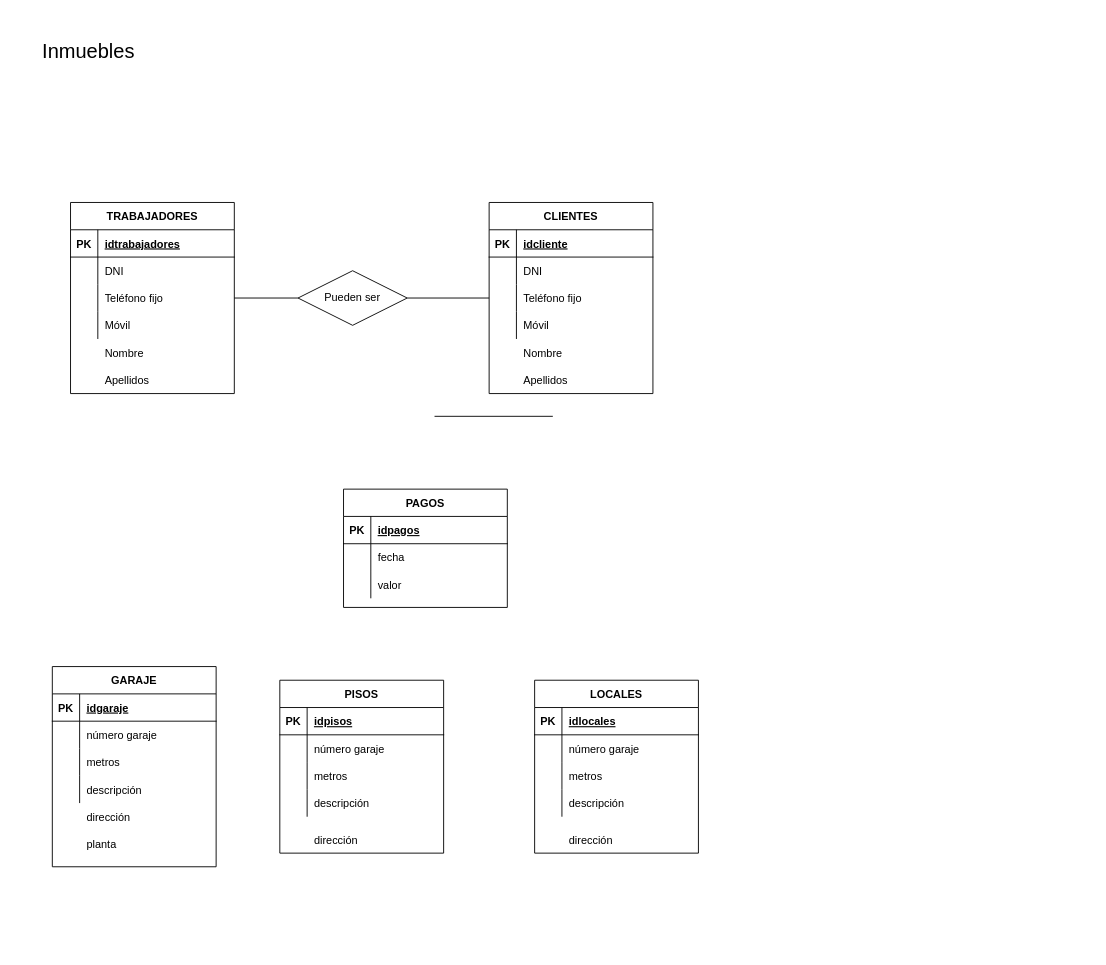
Earlier version of the draw.io diagram page "Inmuebles" (15 of 15) of Ejercicio3.drawio.xml (IzanDuesoLopez/TA12-Diagramas-ER). Source tidied: cells renumbered, new cells numbered last; positions are measured from the earlier drawing's top-left corner, leaving out a move shared by most shapes. Both pictures are drawn from the tidied source at 91%, with x=0, y=0 at pixel (15, 15).
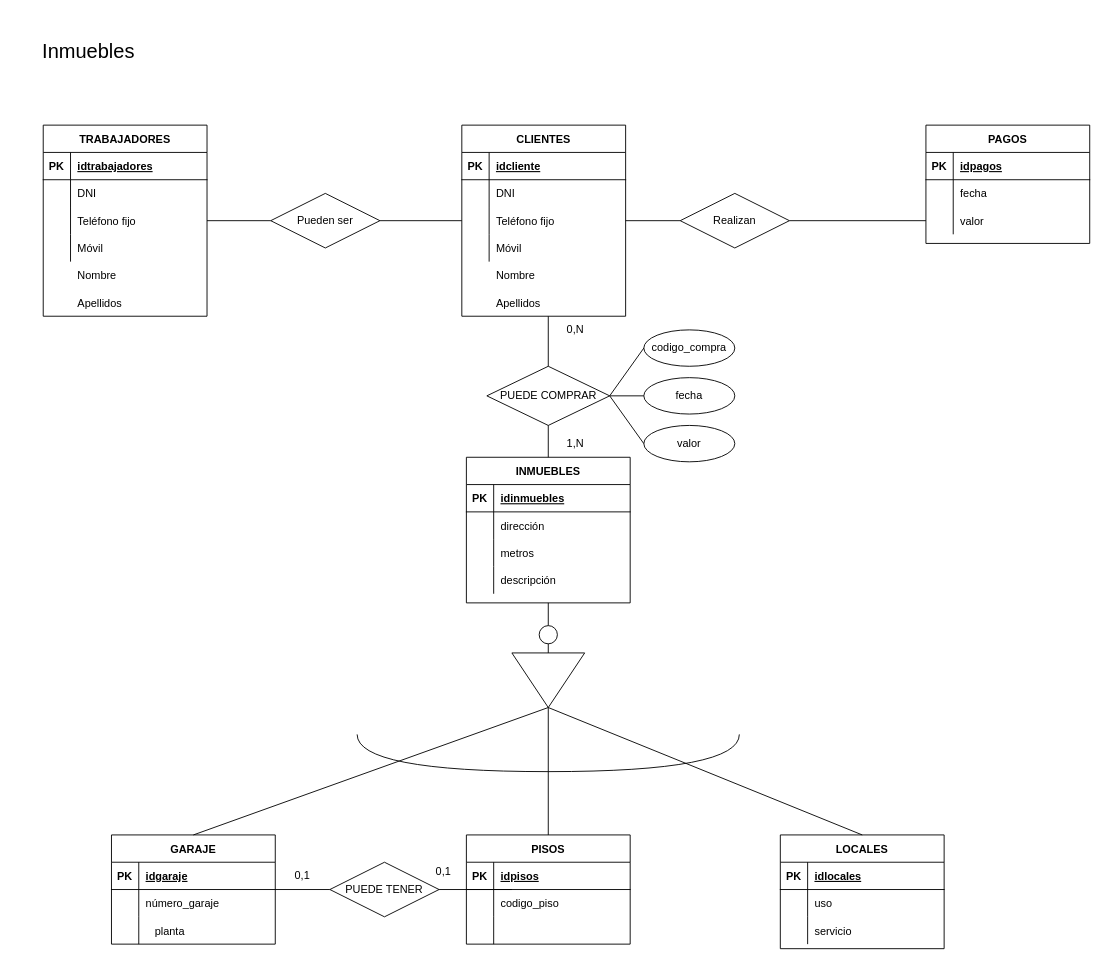
After the change.

The change refers to these unchanged cells:
```xml
<mxCell id="10" style="shape=tableRow;horizontal=0;startSize=0;swimlaneHead=0;swimlaneBody=0;fillColor=none;points=[[0,0.5],[1,0.5]];portConstraint=eastwest;top=0;left=0;right=0;bottom=0;" parent="3" vertex="1">
  <mxGeometry y="90" width="180" height="30" as="geometry" />
</mxCell>
<mxCell id="16" style="shape=tableRow;horizontal=0;startSize=0;swimlaneHead=0;swimlaneBody=0;fillColor=none;top=0;left=0;right=0;bottom=0;" parent="1" vertex="1">
  <mxGeometry x="60" y="355" width="180" height="30" as="geometry" />
</mxCell>
<mxCell id="27" style="shape=tableRow;horizontal=0;startSize=0;swimlaneHead=0;swimlaneBody=0;fillColor=none;points=[[0,0.5],[1,0.5]];portConstraint=eastwest;top=0;left=0;right=0;bottom=0;" parent="20" vertex="1">
  <mxGeometry y="90" width="180" height="30" as="geometry" />
</mxCell>
<mxCell id="42" style="shape=tableRow;horizontal=0;startSize=0;swimlaneHead=0;swimlaneBody=0;fillColor=none;top=0;left=0;right=0;bottom=0;" parent="38" vertex="1">
  <mxGeometry y="60" width="180" height="30" as="geometry" />
</mxCell>
<mxCell id="45" style="shape=tableRow;horizontal=0;startSize=0;swimlaneHead=0;swimlaneBody=0;fillColor=none;top=0;left=0;right=0;bottom=0;" parent="38" vertex="1">
  <mxGeometry y="90" width="180" height="30" as="geometry" />
</mxCell>
<mxCell id="59" style="shape=tableRow;horizontal=0;startSize=0;swimlaneHead=0;swimlaneBody=0;fillColor=none;top=0;left=0;right=0;bottom=0;" parent="55" vertex="1">
  <mxGeometry y="60" width="180" height="30" as="geometry" />
</mxCell>
<mxCell id="62" style="shape=tableRow;horizontal=0;startSize=0;swimlaneHead=0;swimlaneBody=0;fillColor=none;top=0;left=0;right=0;bottom=0;" parent="55" vertex="1">
  <mxGeometry y="90" width="180" height="30" as="geometry" />
</mxCell>
<mxCell id="72" style="shape=tableRow;horizontal=0;startSize=0;swimlaneHead=0;swimlaneBody=0;fillColor=none;top=0;left=0;right=0;bottom=0;" parent="68" vertex="1">
  <mxGeometry y="60" width="180" height="30" as="geometry" />
</mxCell>
<mxCell id="75" style="shape=tableRow;horizontal=0;startSize=0;swimlaneHead=0;swimlaneBody=0;fillColor=none;top=0;left=0;right=0;bottom=0;" parent="68" vertex="1">
  <mxGeometry y="90" width="180" height="30" as="geometry" />
</mxCell>
<mxCell id="91" style="shape=tableRow;horizontal=0;startSize=0;swimlaneHead=0;swimlaneBody=0;fillColor=none;points=[[0,0.5],[1,0.5]];portConstraint=eastwest;top=0;left=0;right=0;bottom=0;" parent="84" vertex="1">
  <mxGeometry y="90" width="180" height="30" as="geometry" />
</mxCell>
```

The edit, as a diff of the source:
```diff
@@
     <mxCell id="3" value="TRABAJADORES" style="shape=table;startSize=30;childLayout=tableLayout;rowLines=0;fontStyle=1;align=center;" parent="1" vertex="1">
-      <mxGeometry x="60" y="205" width="180" height="210" as="geometry" />
+      <mxGeometry x="30" y="120" width="180" height="210" as="geometry" />
     </mxCell>
@@
     <mxCell id="17" style="shape=partialRectangle;fillColor=none;top=0;left=0;bottom=0;right=0;overflow=hidden;" parent="16" vertex="1">
-      <mxGeometry width="30" height="30" as="geometry" />
+      <mxGeometry x="-30" y="-85" width="30" height="30" as="geometry" />
     </mxCell>
-    <mxCell id="18" value="Nombre " style="shape=partialRectangle;fillColor=none;top=0;left=0;bottom=0;right=0;align=left;spacingLeft=6;overflow=hidden;" parent="16" vertex="1">
-      <mxGeometry x="30" width="150" height="30" as="geometry" />
-    </mxCell>
     <mxCell id="19" value="Apellidos" style="shape=partialRectangle;fillColor=none;top=0;left=0;bottom=0;right=0;align=left;spacingLeft=6;overflow=hidden;" parent="1" vertex="1">
-      <mxGeometry x="90" y="385" width="150" height="30" as="geometry" />
+      <mxGeometry x="60" y="300" width="150" height="30" as="geometry" />
     </mxCell>
     <mxCell id="20" value="CLIENTES" style="shape=table;startSize=30;childLayout=tableLayout;rowLines=0;fontStyle=1;align=center;" parent="1" vertex="1">
-      <mxGeometry x="520" y="205" width="180" height="210" as="geometry" />
+      <mxGeometry x="490" y="120" width="180" height="210" as="geometry" />
     </mxCell>
@@
     <mxCell id="33" value="Nombre " style="shape=partialRectangle;fillColor=none;top=0;left=0;bottom=0;right=0;align=left;spacingLeft=6;overflow=hidden;" parent="1" vertex="1">
-      <mxGeometry x="550" y="355" width="150" height="30" as="geometry" />
+      <mxGeometry x="520" y="270" width="150" height="30" as="geometry" />
     </mxCell>
     <mxCell id="34" value="Apellidos" style="shape=partialRectangle;fillColor=none;top=0;left=0;bottom=0;right=0;align=left;spacingLeft=6;overflow=hidden;" parent="1" vertex="1">
-      <mxGeometry x="550" y="385" width="150" height="30" as="geometry" />
+      <mxGeometry x="520" y="300" width="150" height="30" as="geometry" />
     </mxCell>
     <mxCell id="35" value="Pueden ser" style="shape=rhombus;perimeter=rhombusPerimeter;whiteSpace=wrap;html=1;align=center;" parent="1" vertex="1">
-      <mxGeometry x="310" y="280" width="120" height="60" as="geometry" />
+      <mxGeometry x="280" y="195" width="120" height="60" as="geometry" />
     </mxCell>
@@
-    <mxCell id="37" style="endArrow=none;html=1;rounded=0;exitX=1;exitY=0.5;exitDx=0;exitDy=0;" parent="1" edge="1" source="10">
+    <mxCell id="37" style="endArrow=none;html=1;rounded=0;exitX=1;exitY=0.5;exitDx=0;exitDy=0;" parent="1" edge="1">
       <mxGeometry relative="1" as="geometry">
-        <mxPoint x="310" y="310" as="targetPoint" />
+        <mxPoint x="210" y="225" as="sourcePoint" />
+        <mxPoint x="280" y="225" as="targetPoint" />
       </mxGeometry>
     </mxCell>
     <mxCell id="38" value="GARAJE" style="shape=table;startSize=30;childLayout=tableLayout;rowLines=0;fontStyle=1;align=center;" parent="1" vertex="1">
-      <mxGeometry x="40" y="715" width="180" height="220" as="geometry" />
+      <mxGeometry x="105" y="900" width="180" height="120" as="geometry" />
     </mxCell>
@@
-    <mxCell id="44" value="número garaje" style="shape=partialRectangle;fillColor=none;top=0;left=0;bottom=0;right=0;align=left;spacingLeft=6;overflow=hidden;" parent="42" vertex="1">
+    <mxCell id="44" value="número_garaje" style="shape=partialRectangle;fillColor=none;top=0;left=0;bottom=0;right=0;align=left;spacingLeft=6;overflow=hidden;" parent="42" vertex="1">
       <mxGeometry x="30" width="150" height="30" as="geometry" />
     </mxCell>
@@
-    <mxCell id="47" value="metros" style="shape=partialRectangle;fillColor=none;top=0;left=0;bottom=0;right=0;align=left;spacingLeft=6;overflow=hidden;" parent="45" vertex="1">
+    <mxCell id="47" style="shape=partialRectangle;fillColor=none;top=0;left=0;bottom=0;right=0;align=left;spacingLeft=6;overflow=hidden;" parent="45" vertex="1">
       <mxGeometry x="30" width="150" height="30" as="geometry" />
     </mxCell>
-    <mxCell id="48" style="shape=tableRow;horizontal=0;startSize=0;swimlaneHead=0;swimlaneBody=0;fillColor=none;top=0;left=0;right=0;bottom=0;" parent="38" vertex="1">
-      <mxGeometry y="120" width="180" height="30" as="geometry" />
-    </mxCell>
-    <mxCell id="49" style="shape=partialRectangle;fillColor=none;top=0;left=0;bottom=0;right=0;overflow=hidden;" parent="48" vertex="1">
-      <mxGeometry width="30" height="30" as="geometry" />
-    </mxCell>
-    <mxCell id="50" value="descripción" style="shape=partialRectangle;fillColor=none;top=0;left=0;bottom=0;right=0;align=left;spacingLeft=6;overflow=hidden;" parent="48" vertex="1">
-      <mxGeometry x="30" width="150" height="30" as="geometry" />
-    </mxCell>
-    <mxCell id="51" style="endArrow=none;html=1;rounded=0;" parent="1" edge="1">
+    <mxCell id="51" style="endArrow=none;html=1;rounded=0;entryX=1;entryY=0.5;entryDx=0;entryDy=0;" parent="1" edge="1" target="27">
       <mxGeometry relative="1" as="geometry">
-        <mxPoint x="460" y="440" as="sourcePoint" />
-        <mxPoint x="590" y="440" as="targetPoint" />
+        <mxPoint x="730" y="225" as="sourcePoint" />
       </mxGeometry>
     </mxCell>
-    <mxCell id="52" style="shape=tableRow;horizontal=0;startSize=0;swimlaneHead=0;swimlaneBody=0;fillColor=none;top=0;left=0;right=0;bottom=0;" parent="1" vertex="1">
-      <mxGeometry x="40" y="865" width="180" height="30" as="geometry" />
-    </mxCell>
-    <mxCell id="53" style="shape=partialRectangle;fillColor=none;top=0;left=0;bottom=0;right=0;overflow=hidden;" parent="52" vertex="1">
-      <mxGeometry width="30" height="30" as="geometry" />
-    </mxCell>
-    <mxCell id="54" value="dirección" style="shape=partialRectangle;fillColor=none;top=0;left=0;bottom=0;right=0;align=left;spacingLeft=6;overflow=hidden;" parent="52" vertex="1">
-      <mxGeometry x="30" width="150" height="30" as="geometry" />
-    </mxCell>
     <mxCell id="55" value="PISOS" style="shape=table;startSize=30;childLayout=tableLayout;rowLines=0;fontStyle=1;align=center;" parent="1" vertex="1">
-      <mxGeometry x="290" y="730" width="180" height="190" as="geometry" />
+      <mxGeometry x="495" y="900" width="180" height="120" as="geometry" />
     </mxCell>
@@
-    <mxCell id="61" value="número garaje" style="shape=partialRectangle;fillColor=none;top=0;left=0;bottom=0;right=0;align=left;spacingLeft=6;overflow=hidden;" parent="59" vertex="1">
+    <mxCell id="61" value="codigo_piso" style="shape=partialRectangle;fillColor=none;top=0;left=0;bottom=0;right=0;align=left;spacingLeft=6;overflow=hidden;" parent="59" vertex="1">
       <mxGeometry x="30" width="150" height="30" as="geometry" />
     </mxCell>
@@
-    <mxCell id="64" value="metros" style="shape=partialRectangle;fillColor=none;top=0;left=0;bottom=0;right=0;align=left;spacingLeft=6;overflow=hidden;" parent="62" vertex="1">
+    <mxCell id="64" style="shape=partialRectangle;fillColor=none;top=0;left=0;bottom=0;right=0;align=left;spacingLeft=6;overflow=hidden;" parent="62" vertex="1">
       <mxGeometry x="30" width="150" height="30" as="geometry" />
     </mxCell>
-    <mxCell id="65" style="shape=tableRow;horizontal=0;startSize=0;swimlaneHead=0;swimlaneBody=0;fillColor=none;top=0;left=0;right=0;bottom=0;" parent="55" vertex="1">
-      <mxGeometry y="120" width="180" height="30" as="geometry" />
-    </mxCell>
-    <mxCell id="66" style="shape=partialRectangle;fillColor=none;top=0;left=0;bottom=0;right=0;overflow=hidden;" parent="65" vertex="1">
-      <mxGeometry width="30" height="30" as="geometry" />
-    </mxCell>
-    <mxCell id="67" value="descripción" style="shape=partialRectangle;fillColor=none;top=0;left=0;bottom=0;right=0;align=left;spacingLeft=6;overflow=hidden;" parent="65" vertex="1">
-      <mxGeometry x="30" width="150" height="30" as="geometry" />
-    </mxCell>
     <mxCell id="68" value="LOCALES" style="shape=table;startSize=30;childLayout=tableLayout;rowLines=0;fontStyle=1;align=center;" parent="1" vertex="1">
-      <mxGeometry x="570" y="730" width="180" height="190" as="geometry" />
+      <mxGeometry x="840" y="900" width="180" height="125" as="geometry" />
     </mxCell>
@@
-    <mxCell id="74" value="número garaje" style="shape=partialRectangle;fillColor=none;top=0;left=0;bottom=0;right=0;align=left;spacingLeft=6;overflow=hidden;" parent="72" vertex="1">
+    <mxCell id="74" value="uso" style="shape=partialRectangle;fillColor=none;top=0;left=0;bottom=0;right=0;align=left;spacingLeft=6;overflow=hidden;" parent="72" vertex="1">
       <mxGeometry x="30" width="150" height="30" as="geometry" />
     </mxCell>
@@
-    <mxCell id="77" value="metros" style="shape=partialRectangle;fillColor=none;top=0;left=0;bottom=0;right=0;align=left;spacingLeft=6;overflow=hidden;" parent="75" vertex="1">
+    <mxCell id="77" value="servicio" style="shape=partialRectangle;fillColor=none;top=0;left=0;bottom=0;right=0;align=left;spacingLeft=6;overflow=hidden;" parent="75" vertex="1">
       <mxGeometry x="30" width="150" height="30" as="geometry" />
     </mxCell>
-    <mxCell id="78" style="shape=tableRow;horizontal=0;startSize=0;swimlaneHead=0;swimlaneBody=0;fillColor=none;top=0;left=0;right=0;bottom=0;" parent="68" vertex="1">
-      <mxGeometry y="120" width="180" height="30" as="geometry" />
-    </mxCell>
-    <mxCell id="79" style="shape=partialRectangle;fillColor=none;top=0;left=0;bottom=0;right=0;overflow=hidden;" parent="78" vertex="1">
-      <mxGeometry width="30" height="30" as="geometry" />
-    </mxCell>
-    <mxCell id="80" value="descripción" style="shape=partialRectangle;fillColor=none;top=0;left=0;bottom=0;right=0;align=left;spacingLeft=6;overflow=hidden;" parent="78" vertex="1">
-      <mxGeometry x="30" width="150" height="30" as="geometry" />
-    </mxCell>
-    <mxCell id="81" value="dirección" style="shape=partialRectangle;fillColor=none;top=0;left=0;bottom=0;right=0;align=left;spacingLeft=6;overflow=hidden;" parent="1" vertex="1">
-      <mxGeometry x="320" y="890" width="150" height="30" as="geometry" />
-    </mxCell>
-    <mxCell id="82" value="dirección" style="shape=partialRectangle;fillColor=none;top=0;left=0;bottom=0;right=0;align=left;spacingLeft=6;overflow=hidden;" parent="1" vertex="1">
-      <mxGeometry x="600" y="890" width="150" height="30" as="geometry" />
-    </mxCell>
     <mxCell id="83" value="planta" style="shape=partialRectangle;fillColor=none;top=0;left=0;bottom=0;right=0;align=left;spacingLeft=6;overflow=hidden;" parent="1" vertex="1">
-      <mxGeometry x="70" y="895" width="150" height="30" as="geometry" />
+      <mxGeometry x="145" y="990" width="150" height="30" as="geometry" />
     </mxCell>
     <mxCell id="84" value="PAGOS" style="shape=table;startSize=30;childLayout=tableLayout;rowLines=0;fontStyle=1;align=center;" parent="1" vertex="1">
-      <mxGeometry x="360" y="520" width="180" height="130" as="geometry" />
+      <mxGeometry x="1000" y="120" width="180" height="130" as="geometry" />
     </mxCell>
@@
+    <mxCell id="94" value="Realizan" style="shape=rhombus;perimeter=rhombusPerimeter;whiteSpace=wrap;html=1;align=center;" parent="1" vertex="1">
+      <mxGeometry x="730" y="195" width="120" height="60" as="geometry" />
+    </mxCell>
+    <mxCell id="95" style="endArrow=none;html=1;rounded=0;entryX=0;entryY=0.5;entryDx=0;entryDy=0;exitX=1;exitY=0.5;exitDx=0;exitDy=0;" parent="1" edge="1" source="94" target="91">
+      <mxGeometry relative="1" as="geometry" />
+    </mxCell>
+    <mxCell id="96" style="triangle;whiteSpace=wrap;html=1;direction=south;" parent="1" vertex="1">
+      <mxGeometry x="545" y="700" width="80" height="60" as="geometry" />
+    </mxCell>
+    <mxCell id="97" style="shape=requiredInterface;html=1;verticalLabelPosition=bottom;sketch=0;rotation=90;" parent="1" vertex="1">
+      <mxGeometry x="564.5" y="600" width="40.9" height="420" as="geometry" />
+    </mxCell>
+    <mxCell id="98" value="INMUEBLES" style="shape=table;startSize=30;childLayout=tableLayout;rowLines=0;fontStyle=1;align=center;" parent="1" vertex="1">
+      <mxGeometry x="495" y="485" width="180" height="160" as="geometry" />
+    </mxCell>
+    <mxCell id="99" style="shape=tableRow;horizontal=0;startSize=0;swimlaneHead=0;swimlaneBody=0;fillColor=none;top=0;left=0;right=0;bottom=1;" parent="98" vertex="1">
+      <mxGeometry y="30" width="180" height="30" as="geometry" />
+    </mxCell>
+    <mxCell id="100" value="PK" style="shape=partialRectangle;fillColor=none;top=0;left=0;bottom=0;right=0;fontStyle=1;overflow=hidden;" parent="99" vertex="1">
+      <mxGeometry width="30" height="30" as="geometry" />
+    </mxCell>
+    <mxCell id="101" value="idinmuebles" style="shape=partialRectangle;fillColor=none;top=0;left=0;bottom=0;right=0;align=left;spacingLeft=6;fontStyle=5;overflow=hidden;" parent="99" vertex="1">
+      <mxGeometry x="30" width="150" height="30" as="geometry" />
+    </mxCell>
+    <mxCell id="102" style="shape=tableRow;horizontal=0;startSize=0;swimlaneHead=0;swimlaneBody=0;fillColor=none;top=0;left=0;right=0;bottom=0;" parent="98" vertex="1">
+      <mxGeometry y="60" width="180" height="30" as="geometry" />
+    </mxCell>
+    <mxCell id="103" style="shape=partialRectangle;fillColor=none;top=0;left=0;bottom=0;right=0;overflow=hidden;" parent="102" vertex="1">
+      <mxGeometry width="30" height="30" as="geometry" />
+    </mxCell>
+    <mxCell id="54" value="dirección" style="shape=partialRectangle;fillColor=none;top=0;left=0;bottom=0;right=0;align=left;spacingLeft=6;overflow=hidden;" parent="102" vertex="1">
+      <mxGeometry x="30" width="150" height="30" as="geometry" />
+    </mxCell>
+    <mxCell id="104" style="shape=tableRow;horizontal=0;startSize=0;swimlaneHead=0;swimlaneBody=0;fillColor=none;top=0;left=0;right=0;bottom=0;" parent="98" vertex="1">
+      <mxGeometry y="90" width="180" height="30" as="geometry" />
+    </mxCell>
+    <mxCell id="105" style="shape=partialRectangle;fillColor=none;top=0;left=0;bottom=0;right=0;overflow=hidden;" parent="104" vertex="1">
+      <mxGeometry width="30" height="30" as="geometry" />
+    </mxCell>
+    <mxCell id="106" value="metros" style="shape=partialRectangle;fillColor=none;top=0;left=0;bottom=0;right=0;align=left;spacingLeft=6;overflow=hidden;" parent="104" vertex="1">
+      <mxGeometry x="30" width="150" height="30" as="geometry" />
+    </mxCell>
+    <mxCell id="107" style="shape=tableRow;horizontal=0;startSize=0;swimlaneHead=0;swimlaneBody=0;fillColor=none;top=0;left=0;right=0;bottom=0;" parent="98" vertex="1">
+      <mxGeometry y="120" width="180" height="30" as="geometry" />
+    </mxCell>
+    <mxCell id="108" style="shape=partialRectangle;fillColor=none;top=0;left=0;bottom=0;right=0;overflow=hidden;" parent="107" vertex="1">
+      <mxGeometry width="30" height="30" as="geometry" />
+    </mxCell>
+    <mxCell id="109" value="descripción" style="shape=partialRectangle;fillColor=none;top=0;left=0;bottom=0;right=0;align=left;spacingLeft=6;overflow=hidden;" parent="107" vertex="1">
+      <mxGeometry x="30" width="150" height="30" as="geometry" />
+    </mxCell>
+    <mxCell id="110" value="PUEDE TENER" style="shape=rhombus;perimeter=rhombusPerimeter;whiteSpace=wrap;html=1;align=center;" parent="1" vertex="1">
+      <mxGeometry x="345" y="930" width="120" height="60" as="geometry" />
+    </mxCell>
+    <mxCell id="111" style="line;strokeWidth=1;dashed=0;labelPosition=right;align=left;verticalAlign=middle;spacingTop=0;spacingLeft=6;" parent="1" vertex="1">
+      <mxGeometry x="465" y="955" width="80" height="10" as="geometry" />
+    </mxCell>
+    <mxCell id="112" style="line;strokeWidth=1;dashed=0;labelPosition=right;align=left;verticalAlign=middle;spacingTop=0;spacingLeft=6;" parent="1" vertex="1">
+      <mxGeometry x="285" y="955" width="60" height="10" as="geometry" />
+    </mxCell>
+    <mxCell id="113" value="0,1" style="text;html=1;strokeColor=none;fillColor=none;align=center;verticalAlign=middle;whiteSpace=wrap;rounded=0;" parent="1" vertex="1">
+      <mxGeometry x="440" y="925" width="60" height="30" as="geometry" />
+    </mxCell>
+    <mxCell id="114" value="0,1" style="text;html=1;strokeColor=none;fillColor=none;align=center;verticalAlign=middle;whiteSpace=wrap;rounded=0;" parent="1" vertex="1">
+      <mxGeometry x="285" y="930" width="60" height="30" as="geometry" />
+    </mxCell>
+    <mxCell id="18" value="Nombre " style="shape=partialRectangle;fillColor=none;top=0;left=0;bottom=0;right=0;align=left;spacingLeft=6;overflow=hidden;" parent="1" vertex="1">
+      <mxGeometry x="60" y="270" width="150" height="30" as="geometry" />
+    </mxCell>
+    <mxCell id="115" style="endArrow=none;html=1;rounded=0;exitX=0.5;exitY=0;exitDx=0;exitDy=0;" parent="1" edge="1" source="98">
+      <mxGeometry relative="1" as="geometry">
+        <mxPoint x="585" y="435" as="targetPoint" />
+      </mxGeometry>
+    </mxCell>
+    <mxCell id="116" value="PUEDE COMPRAR" style="shape=rhombus;perimeter=rhombusPerimeter;whiteSpace=wrap;html=1;align=center;" parent="1" vertex="1">
+      <mxGeometry x="517.5" y="385" width="135" height="65" as="geometry" />
+    </mxCell>
+    <mxCell id="117" style="endArrow=none;html=1;rounded=0;exitX=0.5;exitY=0;exitDx=0;exitDy=0;" parent="1" edge="1" source="116">
+      <mxGeometry relative="1" as="geometry">
+        <mxPoint x="585" y="330" as="targetPoint" />
+      </mxGeometry>
+    </mxCell>
+    <mxCell id="118" value="0,N" style="text;html=1;strokeColor=none;fillColor=none;align=center;verticalAlign=middle;whiteSpace=wrap;rounded=0;" parent="1" vertex="1">
+      <mxGeometry x="585" y="330" width="60" height="30" as="geometry" />
+    </mxCell>
+    <mxCell id="119" value="1,N" style="text;html=1;strokeColor=none;fillColor=none;align=center;verticalAlign=middle;whiteSpace=wrap;rounded=0;" parent="1" vertex="1">
+      <mxGeometry x="585" y="455" width="60" height="30" as="geometry" />
+    </mxCell>
+    <mxCell id="120" style="endArrow=none;html=1;rounded=0;entryX=0.5;entryY=1;entryDx=0;entryDy=0;exitX=0.5;exitY=0;exitDx=0;exitDy=0;startArrow=none;" parent="1" edge="1" source="121" target="98">
+      <mxGeometry relative="1" as="geometry" />
+    </mxCell>
+    <mxCell id="121" style="ellipse;whiteSpace=wrap;html=1;" parent="1" vertex="1">
+      <mxGeometry x="575" y="670" width="20" height="20" as="geometry" />
+    </mxCell>
+    <mxCell id="122" style="endArrow=none;html=1;rounded=0;entryX=0.5;entryY=1;entryDx=0;entryDy=0;exitX=0;exitY=0.5;exitDx=0;exitDy=0;" parent="1" edge="1" source="96" target="121">
+      <mxGeometry relative="1" as="geometry" />
+    </mxCell>
+    <mxCell id="123" style="endArrow=none;html=1;rounded=0;entryX=1;entryY=0.5;entryDx=0;entryDy=0;exitX=0.5;exitY=0;exitDx=0;exitDy=0;" parent="1" edge="1" source="38" target="96">
+      <mxGeometry relative="1" as="geometry" />
+    </mxCell>
+    <mxCell id="124" style="endArrow=none;html=1;rounded=0;entryX=0.5;entryY=0;entryDx=0;entryDy=0;exitX=1;exitY=0.5;exitDx=0;exitDy=0;" parent="1" edge="1" source="96" target="55">
+      <mxGeometry relative="1" as="geometry" />
+    </mxCell>
+    <mxCell id="125" style="endArrow=none;html=1;rounded=0;entryX=0.5;entryY=0;entryDx=0;entryDy=0;exitX=1;exitY=0.5;exitDx=0;exitDy=0;" parent="1" edge="1" source="96" target="68">
+      <mxGeometry relative="1" as="geometry" />
+    </mxCell>
+    <mxCell id="126" value="codigo_compra" style="ellipse;whiteSpace=wrap;html=1;align=center;" parent="1" vertex="1">
+      <mxGeometry x="690" y="345" width="100" height="40" as="geometry" />
+    </mxCell>
+    <mxCell id="127" value="valor" style="ellipse;whiteSpace=wrap;html=1;align=center;" parent="1" vertex="1">
+      <mxGeometry x="690" y="450" width="100" height="40" as="geometry" />
+    </mxCell>
+    <mxCell id="128" value="fecha" style="ellipse;whiteSpace=wrap;html=1;align=center;" parent="1" vertex="1">
+      <mxGeometry x="690" y="397.5" width="100" height="40" as="geometry" />
+    </mxCell>
+    <mxCell id="129" style="endArrow=none;html=1;rounded=0;entryX=0;entryY=0.5;entryDx=0;entryDy=0;exitX=1;exitY=0.5;exitDx=0;exitDy=0;" parent="1" edge="1" source="116" target="127">
+      <mxGeometry relative="1" as="geometry" />
+    </mxCell>
+    <mxCell id="130" style="endArrow=none;html=1;rounded=0;exitX=1;exitY=0.5;exitDx=0;exitDy=0;entryX=0;entryY=0.5;entryDx=0;entryDy=0;" parent="1" edge="1" source="116" target="128">
+      <mxGeometry relative="1" as="geometry" />
+    </mxCell>
+    <mxCell id="131" style="endArrow=none;html=1;rounded=0;entryX=0;entryY=0.5;entryDx=0;entryDy=0;exitX=1;exitY=0.5;exitDx=0;exitDy=0;" parent="1" edge="1" source="116" target="126">
+      <mxGeometry relative="1" as="geometry" />
+    </mxCell>
```
